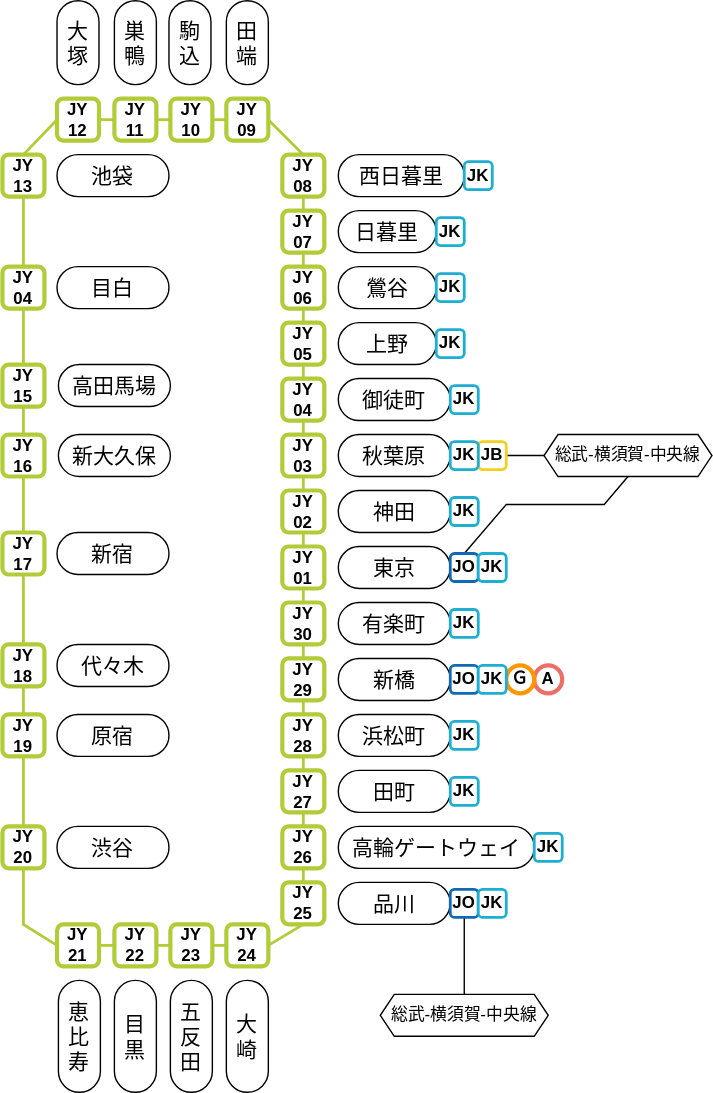
Above: svg/yamanote.svg in lyw6024/lyw6024.github.io (draw.io), before the change. Source tidied: cells renumbered, new cells last; positions are measured from the earlier drawing's top-left corner, leaving out a move shared by most shapes.
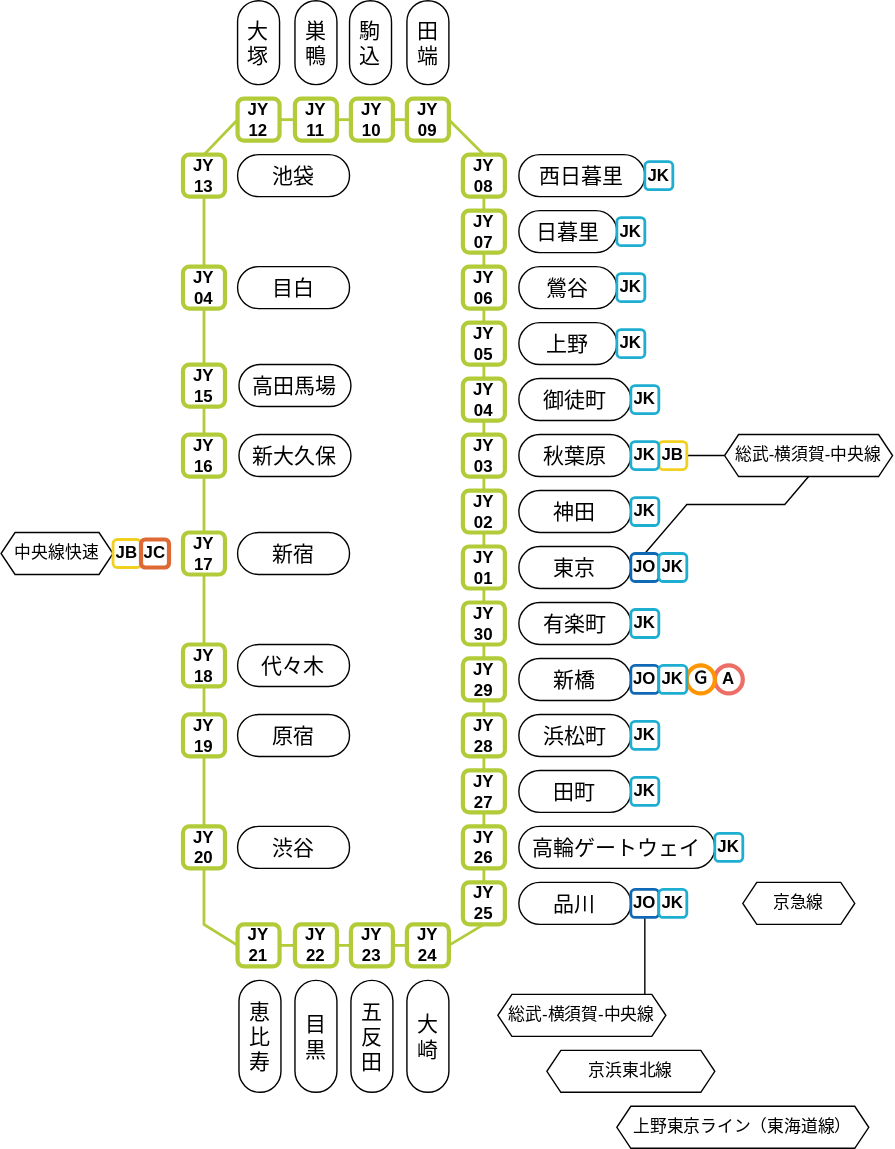
After the change.

Change to the diagram source:
```diff
@@ -303,8 +303,10 @@
     <mxCell id="98" value="池袋" style="rounded=1;whiteSpace=wrap;html=1;align=center;arcSize=50;fontSize=15;direction=west;" parent="1" vertex="1">
       <mxGeometry x="299" y="110" width="80" height="30" as="geometry" />
     </mxCell>
-    <mxCell id="99" style="rounded=0;jettySize=auto;html=1;exitX=0.5;exitY=1;exitDx=0;exitDy=0;entryX=0.5;entryY=0;entryDx=0;entryDy=0;endArrow=none;endFill=0;" parent="1" edge="1" source="100" target="119">
-      <mxGeometry relative="1" as="geometry" />
+    <mxCell id="99" style="rounded=0;jettySize=auto;html=1;exitX=0.5;exitY=1;exitDx=0;exitDy=0;entryX=0.5;entryY=0;entryDx=0;entryDy=0;endArrow=none;endFill=0;" parent="1" edge="1" source="100">
+      <mxGeometry relative="1" as="geometry">
+        <mxPoint x="590" y="710" as="targetPoint" />
+      </mxGeometry>
     </mxCell>
     <mxCell id="100" value="&lt;b&gt;JO&lt;/b&gt;" style="rounded=1;whiteSpace=wrap;html=1;strokeWidth=2;strokeColor=#1069B4;" parent="1" vertex="1">
       <mxGeometry x="580" y="635" width="20" height="20" as="geometry" />
@@ -369,7 +371,25 @@
       <mxGeometry x="647" y="310" width="120" height="30" as="geometry" />
     </mxCell>
     <mxCell id="119" value="総武-横須賀-中央線" style="shape=hexagon;perimeter=hexagonPerimeter2;whiteSpace=wrap;html=1;fixedSize=1;size=10;" parent="1" vertex="1">
-      <mxGeometry x="530" y="710" width="120" height="30" as="geometry" />
+      <mxGeometry x="485" y="710" width="120" height="30" as="geometry" />
     </mxCell>
+    <mxCell id="120" value="京浜東北線" style="shape=hexagon;perimeter=hexagonPerimeter2;whiteSpace=wrap;html=1;fixedSize=1;size=10;" parent="1" vertex="1">
+      <mxGeometry x="520" y="750" width="120" height="30" as="geometry" />
+    </mxCell>
+    <mxCell id="121" value="上野東京ライン（東海道線）" style="shape=hexagon;perimeter=hexagonPerimeter2;whiteSpace=wrap;html=1;fixedSize=1;size=10;" parent="1" vertex="1">
+      <mxGeometry x="570" y="790" width="180" height="30" as="geometry" />
+    </mxCell>
+    <mxCell id="122" value="京急線" style="shape=hexagon;perimeter=hexagonPerimeter2;whiteSpace=wrap;html=1;fixedSize=1;size=10;" parent="1" vertex="1">
+      <mxGeometry x="660" y="630" width="80" height="30" as="geometry" />
+    </mxCell>
+    <mxCell id="123" value="中央線快速" style="shape=hexagon;perimeter=hexagonPerimeter2;whiteSpace=wrap;html=1;fixedSize=1;size=10;" parent="1" vertex="1">
+      <mxGeometry x="130" y="380" width="80" height="30" as="geometry" />
+    </mxCell>
+    <mxCell id="124" value="&lt;b&gt;JB&lt;/b&gt;" style="rounded=1;whiteSpace=wrap;html=1;strokeWidth=2;strokeColor=#F2D01F;" parent="1" vertex="1">
+      <mxGeometry x="210" y="385" width="20" height="20" as="geometry" />
+    </mxCell>
+    <mxCell id="125" value="&lt;b&gt;JC&lt;/b&gt;" style="rounded=1;whiteSpace=wrap;html=1;strokeWidth=3;strokeColor=#DD6935;" parent="1" vertex="1">
+      <mxGeometry x="230" y="385" width="20" height="20" as="geometry" />
+    </mxCell>
   </root>
 </mxGraphModel>
```
